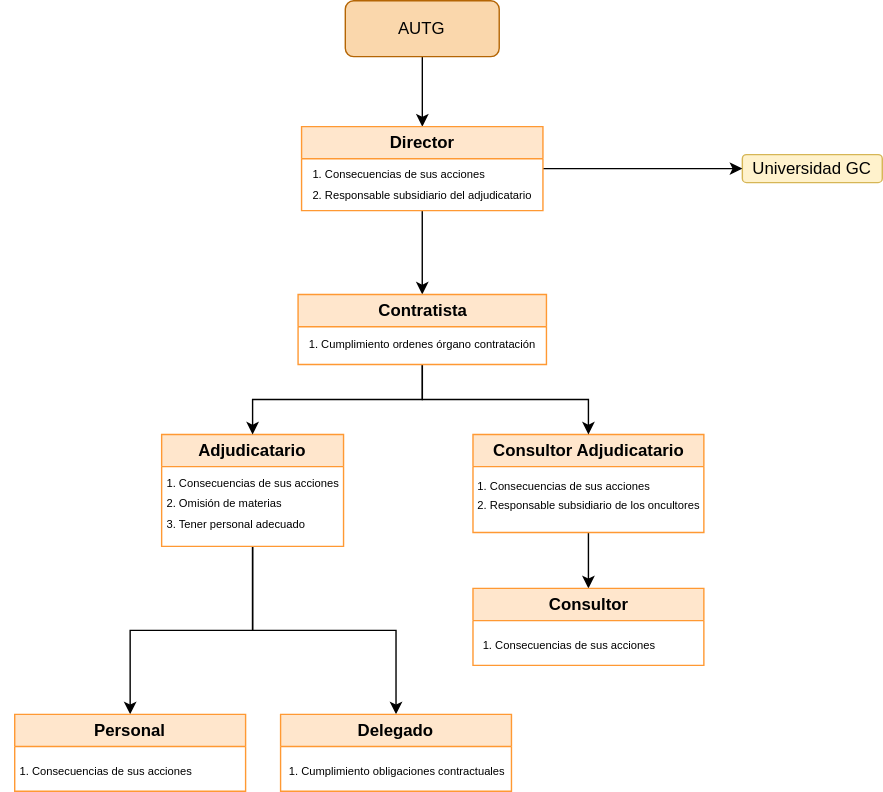
cgg734/INRE-UAL-MORADO-2022-2023 keeps this draw.io diagram as Proyecto/Organigrama.drawio.svg. Above is the earlier version. Source tidied: cells renumbered, new cells last; positions are measured from the earlier drawing's top-left corner, leaving out a move shared by most shapes. Source of this version:
```xml
<mxGraphModel>
  <root>
    <mxCell id="0" />
    <mxCell id="1" parent="0" />
    <mxCell id="2" style="edgeStyle=orthogonalEdgeStyle;rounded=0;jettySize=auto;html=1;fontSize=8;" parent="1" edge="1" source="3" target="14">
      <mxGeometry relative="1" as="geometry" />
    </mxCell>
    <mxCell id="3" value="AUTG" style="rounded=1;whiteSpace=wrap;html=1;fillColor=#fad7ac;strokeColor=#b46504;" parent="1" vertex="1">
      <mxGeometry x="246.2" width="110" height="40" as="geometry" />
    </mxCell>
    <mxCell id="4" value="Universidad GC" style="rounded=1;whiteSpace=wrap;html=1;fillColor=#fff2cc;strokeColor=#d6b656;" parent="1" vertex="1">
      <mxGeometry x="530" y="110" width="100" height="20" as="geometry" />
    </mxCell>
    <mxCell id="5" style="edgeStyle=orthogonalEdgeStyle;rounded=0;jettySize=auto;html=1;entryX=0.5;entryY=0;entryDx=0;entryDy=0;fontSize=8;" parent="1" edge="1" source="7" target="22">
      <mxGeometry relative="1" as="geometry" />
    </mxCell>
    <mxCell id="6" style="edgeStyle=orthogonalEdgeStyle;rounded=0;jettySize=auto;html=1;entryX=0.5;entryY=0;entryDx=0;entryDy=0;fontSize=8;" parent="1" edge="1" source="7" target="24">
      <mxGeometry relative="1" as="geometry" />
    </mxCell>
    <mxCell id="7" value="Adjudicatario" style="swimlane;whiteSpace=wrap;html=1;strokeColor=#FF9933;fillColor=#FFE6CC;" parent="1" vertex="1">
      <mxGeometry x="115" y="310" width="130" height="80" as="geometry" />
    </mxCell>
    <mxCell id="8" value="&lt;div style=&quot;text-align: left;&quot;&gt;&lt;span style=&quot;font-size: 8px; background-color: initial;&quot;&gt;1. Consecuencias de sus acciones&lt;/span&gt;&lt;/div&gt;&lt;div style=&quot;text-align: left;&quot;&gt;&lt;span style=&quot;font-size: 8px; background-color: initial;&quot;&gt;2. &lt;/span&gt;&lt;span style=&quot;font-size: 8px; background-color: initial;&quot;&gt;Omisión&lt;/span&gt;&lt;span style=&quot;font-size: 8px; background-color: initial;&quot;&gt;&amp;nbsp;de materias&lt;/span&gt;&lt;/div&gt;&lt;div style=&quot;text-align: left;&quot;&gt;&lt;span style=&quot;font-size: 8px; background-color: initial;&quot;&gt;3. Tener personal adecuado&amp;nbsp;&lt;/span&gt;&lt;/div&gt;&lt;div style=&quot;text-align: left;&quot;&gt;&lt;br&gt;&lt;/div&gt;" style="text;html=1;align=center;verticalAlign=middle;strokeColor=none;fillColor=none;" parent="7" vertex="1">
      <mxGeometry x="-10" y="20" width="150" height="70" as="geometry" />
    </mxCell>
    <mxCell id="9" style="edgeStyle=orthogonalEdgeStyle;rounded=0;jettySize=auto;html=1;fontSize=8;" parent="1" edge="1" source="10" target="20">
      <mxGeometry relative="1" as="geometry" />
    </mxCell>
    <mxCell id="10" value="Consultor Adjudicatario" style="swimlane;whiteSpace=wrap;html=1;strokeColor=#FF9933;fillColor=#FFE6CC;" parent="1" vertex="1">
      <mxGeometry x="337.5" y="310" width="165" height="70" as="geometry" />
    </mxCell>
    <mxCell id="11" value="&lt;div style=&quot;text-align: left;&quot;&gt;&lt;span style=&quot;font-size: 8px; background-color: initial;&quot;&gt;1. Consecuencias de sus acciones&lt;/span&gt;&lt;/div&gt;&lt;div style=&quot;text-align: left;&quot;&gt;&lt;span style=&quot;font-size: 8px; background-color: initial;&quot;&gt;2. Responsable subsidiario de los oncultores&lt;/span&gt;&lt;/div&gt;&lt;div style=&quot;text-align: left;&quot;&gt;&lt;br&gt;&lt;/div&gt;" style="text;html=1;align=center;verticalAlign=middle;strokeColor=none;fillColor=none;" parent="10" vertex="1">
      <mxGeometry x="-7.5" y="20" width="180" height="60" as="geometry" />
    </mxCell>
    <mxCell id="12" style="edgeStyle=orthogonalEdgeStyle;rounded=0;jettySize=auto;html=1;fontSize=8;" parent="1" edge="1" source="14" target="18">
      <mxGeometry relative="1" as="geometry" />
    </mxCell>
    <mxCell id="13" style="edgeStyle=orthogonalEdgeStyle;rounded=0;jettySize=auto;html=1;fontSize=8;" parent="1" edge="1" source="14" target="4">
      <mxGeometry relative="1" as="geometry" />
    </mxCell>
    <mxCell id="14" value="Director" style="swimlane;whiteSpace=wrap;html=1;strokeColor=#FF9933;fillColor=#FFE6CC;" parent="1" vertex="1">
      <mxGeometry x="215" y="90" width="172.5" height="60" as="geometry" />
    </mxCell>
    <mxCell id="15" value="&lt;div style=&quot;text-align: left;&quot;&gt;&lt;span style=&quot;font-size: 8px; background-color: initial;&quot;&gt;1. Consecuencias de sus acciones&lt;/span&gt;&lt;/div&gt;&lt;div style=&quot;text-align: left;&quot;&gt;&lt;span style=&quot;font-size: 8px; background-color: initial;&quot;&gt;2. Responsable subsidiario del adjudicatario&lt;/span&gt;&lt;/div&gt;" style="text;html=1;align=center;verticalAlign=middle;strokeColor=none;fillColor=none;" parent="14" vertex="1">
      <mxGeometry x="-3.8" y="20" width="180" height="40" as="geometry" />
    </mxCell>
    <mxCell id="16" style="edgeStyle=orthogonalEdgeStyle;rounded=0;jettySize=auto;html=1;entryX=0.5;entryY=0;entryDx=0;entryDy=0;fontSize=8;" parent="1" edge="1" source="18" target="7">
      <mxGeometry relative="1" as="geometry" />
    </mxCell>
    <mxCell id="17" style="edgeStyle=orthogonalEdgeStyle;rounded=0;jettySize=auto;html=1;fontSize=8;" parent="1" edge="1" source="18" target="10">
      <mxGeometry relative="1" as="geometry" />
    </mxCell>
    <mxCell id="18" value="Contratista" style="swimlane;whiteSpace=wrap;html=1;strokeColor=#FF9933;fillColor=#FFE6CC;" parent="1" vertex="1">
      <mxGeometry x="212.5" y="210" width="177.5" height="50" as="geometry" />
    </mxCell>
    <mxCell id="19" value="&lt;div style=&quot;text-align: left;&quot;&gt;&lt;span style=&quot;background-color: initial;&quot;&gt;&lt;span style=&quot;font-size: 8px;&quot;&gt;1. Cumplimiento ordenes órgano&amp;nbsp;contratación&lt;/span&gt;&lt;/span&gt;&lt;/div&gt;" style="text;html=1;align=center;verticalAlign=middle;strokeColor=none;fillColor=none;" parent="18" vertex="1">
      <mxGeometry x="-6.2" y="20" width="190" height="30" as="geometry" />
    </mxCell>
    <mxCell id="20" value="Consultor" style="swimlane;whiteSpace=wrap;html=1;strokeColor=#FF9933;fillColor=#FFE6CC;" parent="1" vertex="1">
      <mxGeometry x="337.5" y="420" width="165" height="55" as="geometry" />
    </mxCell>
    <mxCell id="21" value="&lt;div style=&quot;text-align: left;&quot;&gt;&lt;span style=&quot;font-size: 8px; background-color: initial;&quot;&gt;1. Consecuencias de sus acciones&lt;/span&gt;&lt;/div&gt;" style="text;html=1;align=center;verticalAlign=middle;strokeColor=none;fillColor=none;" parent="20" vertex="1">
      <mxGeometry x="-6.5" y="25" width="150" height="30" as="geometry" />
    </mxCell>
    <mxCell id="22" value="Delegado" style="swimlane;whiteSpace=wrap;html=1;strokeColor=#FF9933;fillColor=#FFE6CC;" parent="1" vertex="1">
      <mxGeometry x="200" y="510" width="165" height="55" as="geometry" />
    </mxCell>
    <mxCell id="23" value="&lt;div style=&quot;text-align: left;&quot;&gt;&lt;span style=&quot;font-size: 8px; background-color: initial;&quot;&gt;1. Cumplimiento obligaciones contractuales&lt;/span&gt;&lt;/div&gt;" style="text;html=1;align=center;verticalAlign=middle;strokeColor=none;fillColor=none;" parent="22" vertex="1">
      <mxGeometry x="-7.5" y="25" width="180" height="30" as="geometry" />
    </mxCell>
    <mxCell id="24" value="Personal" style="swimlane;whiteSpace=wrap;html=1;strokeColor=#FF9933;fillColor=#FFE6CC;" parent="1" vertex="1">
      <mxGeometry x="10" y="510" width="165" height="55" as="geometry" />
    </mxCell>
    <mxCell id="25" value="&lt;div style=&quot;text-align: left;&quot;&gt;&lt;span style=&quot;font-size: 8px; background-color: initial;&quot;&gt;1. Consecuencias de sus acciones&lt;/span&gt;&lt;/div&gt;" style="text;html=1;align=center;verticalAlign=middle;strokeColor=none;fillColor=none;" parent="24" vertex="1">
      <mxGeometry x="-10" y="25" width="150" height="30" as="geometry" />
    </mxCell>
  </root>
</mxGraphModel>
```
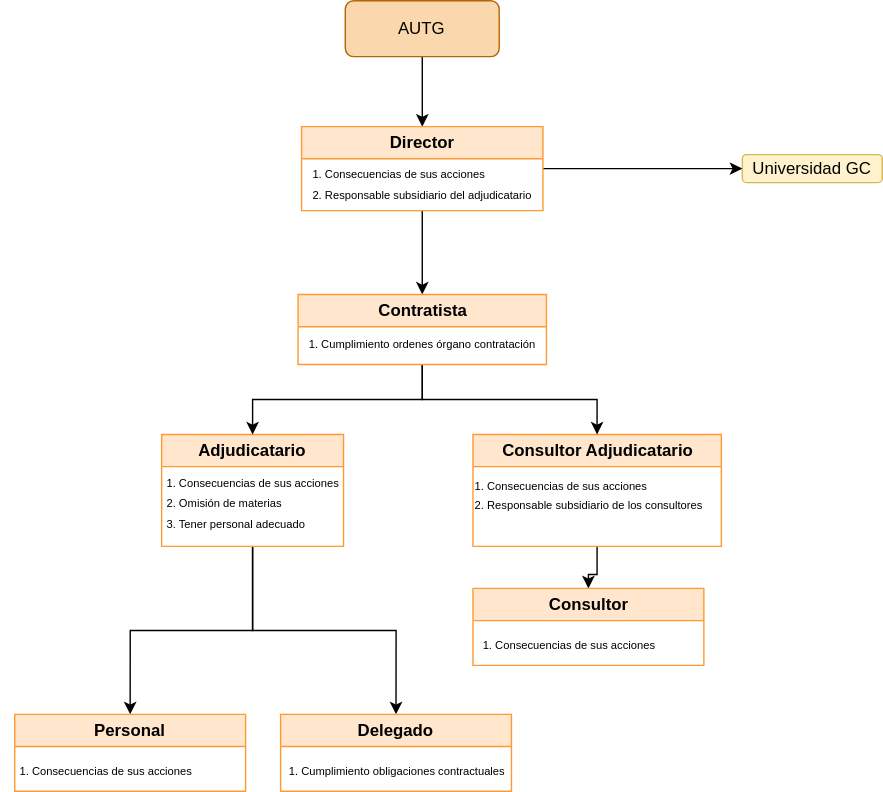
Above is the later version.

Commit message:
Cambio organigrama

Diff of the diagram source:
```diff
@@ -27,10 +27,10 @@
       <mxGeometry relative="1" as="geometry" />
     </mxCell>
     <mxCell id="10" value="Consultor Adjudicatario" style="swimlane;whiteSpace=wrap;html=1;strokeColor=#FF9933;fillColor=#FFE6CC;" parent="1" vertex="1">
-      <mxGeometry x="337.5" y="310" width="165" height="70" as="geometry" />
+      <mxGeometry x="337.5" y="310" width="177.5" height="80" as="geometry" />
     </mxCell>
-    <mxCell id="11" value="&lt;div style=&quot;text-align: left;&quot;&gt;&lt;span style=&quot;font-size: 8px; background-color: initial;&quot;&gt;1. Consecuencias de sus acciones&lt;/span&gt;&lt;/div&gt;&lt;div style=&quot;text-align: left;&quot;&gt;&lt;span style=&quot;font-size: 8px; background-color: initial;&quot;&gt;2. Responsable subsidiario de los oncultores&lt;/span&gt;&lt;/div&gt;&lt;div style=&quot;text-align: left;&quot;&gt;&lt;br&gt;&lt;/div&gt;" style="text;html=1;align=center;verticalAlign=middle;strokeColor=none;fillColor=none;" parent="10" vertex="1">
-      <mxGeometry x="-7.5" y="20" width="180" height="60" as="geometry" />
+    <mxCell id="11" value="&lt;div style=&quot;text-align: left;&quot;&gt;&lt;span style=&quot;font-size: 8px; background-color: initial;&quot;&gt;1. Consecuencias de sus acciones&lt;/span&gt;&lt;/div&gt;&lt;div style=&quot;text-align: left;&quot;&gt;&lt;span style=&quot;font-size: 8px; background-color: initial;&quot;&gt;2. Responsable subsidiario de los consultores&lt;/span&gt;&lt;/div&gt;&lt;div style=&quot;text-align: left;&quot;&gt;&lt;br&gt;&lt;/div&gt;" style="text;html=1;align=center;verticalAlign=middle;strokeColor=none;fillColor=none;" parent="10" vertex="1">
+      <mxGeometry x="-12.5" y="20" width="190" height="60" as="geometry" />
     </mxCell>
     <mxCell id="12" style="edgeStyle=orthogonalEdgeStyle;rounded=0;jettySize=auto;html=1;fontSize=8;" parent="1" edge="1" source="14" target="18">
       <mxGeometry relative="1" as="geometry" />
```
